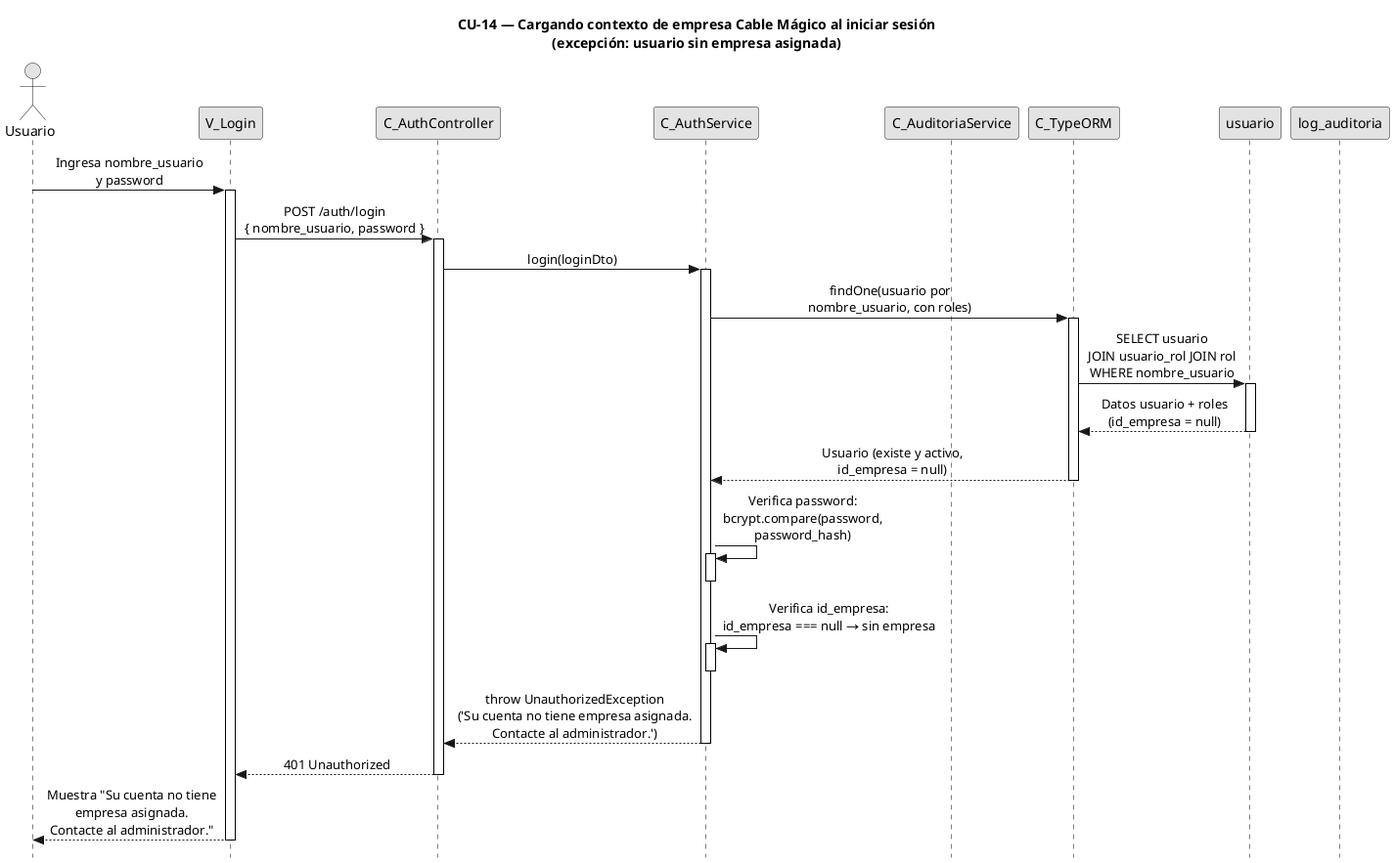
Before: diagramas/diagramas-secuencia/CU14/CU14-exc-sin-empresa.png, a diagram exported from PlantUML (FSM-Finet-y-Cable-Magico/Team_1-Inventario-y-Bodega). Source of this version:
```plantuml
@startuml CU14-exc-sin-empresa
title CU-14 — Cargando contexto de empresa Cable Mágico al iniciar sesión\n(excepción: usuario sin empresa asignada)

skinparam style strictuml
skinparam monochrome true
skinparam shadowing false
skinparam sequenceMessageAlign center
skinparam sequence {
  MessageAlign center
  LifeLineBorderColor black
}
hide footbox

actor "Usuario" as user
participant "V_Login" as view
participant "C_AuthController" as ctrl
participant "C_AuthService" as svc
participant "C_AuditoriaService" as aud
participant "C_TypeORM" as orm
participant "usuario" as uent
participant "log_auditoria" as aent

user -> view : Ingresa nombre_usuario\ny password
activate view

view -> ctrl : POST /auth/login\n{ nombre_usuario, password }
activate ctrl

ctrl -> svc : login(loginDto)
activate svc

svc -> orm : findOne(usuario por\nnombre_usuario, con roles)
activate orm

orm -> uent : SELECT usuario\nJOIN usuario_rol JOIN rol\nWHERE nombre_usuario
activate uent
uent --> orm : Datos usuario + roles\n(id_empresa = null)
deactivate uent

orm --> svc : Usuario (existe y activo,\nid_empresa = null)
deactivate orm

svc -> svc : Verifica password:\nbcrypt.compare(password,\npassword_hash)
activate svc
deactivate svc

svc -> svc : Verifica id_empresa:\nid_empresa === null → sin empresa
activate svc
deactivate svc

svc --> ctrl : throw UnauthorizedException\n('Su cuenta no tiene empresa asignada.\nContacte al administrador.')
deactivate svc

ctrl --> view : 401 Unauthorized
deactivate ctrl

view --> user : Muestra "Su cuenta no tiene\nempresa asignada.\nContacte al administrador."
deactivate view

@enduml
```
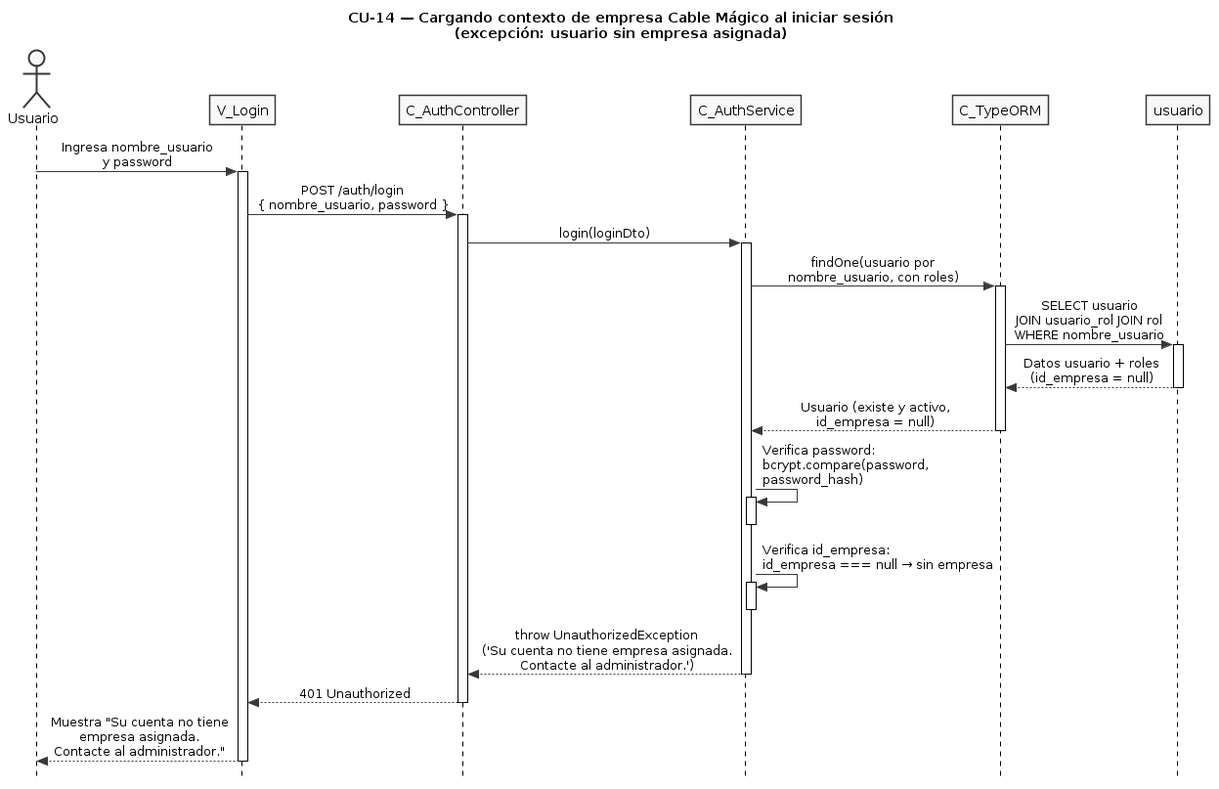
After the commit.

Change to the diagram source:
```diff
@@ -5,6 +5,8 @@
 skinparam monochrome true
 skinparam shadowing false
 skinparam sequenceMessageAlign center
+skinparam ParticipantPadding 25
+skinparam ActorPadding 20
 skinparam sequence {
   MessageAlign center
   LifeLineBorderColor black
@@ -15,10 +17,8 @@
 participant "V_Login" as view
 participant "C_AuthController" as ctrl
 participant "C_AuthService" as svc
-participant "C_AuditoriaService" as aud
 participant "C_TypeORM" as orm
 participant "usuario" as uent
-participant "log_auditoria" as aent
 
 user -> view : Ingresa nombre_usuario\ny password
 activate view
```
